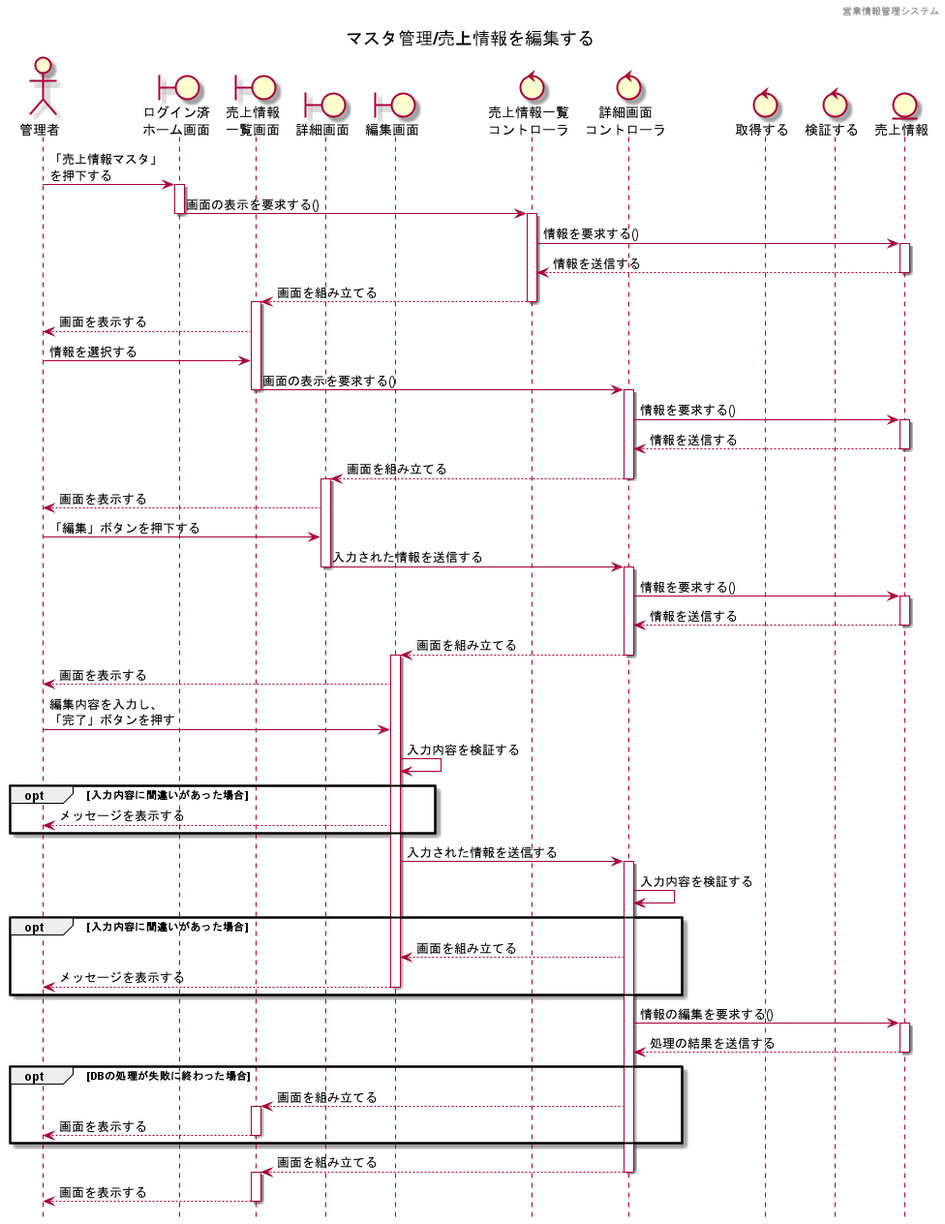
The PlantUML diagram 各種設計書/4シーケンス図/images/売上情報マスタ/売上情報管理_編集.png in HaruShim/Sotuken, before a commit.
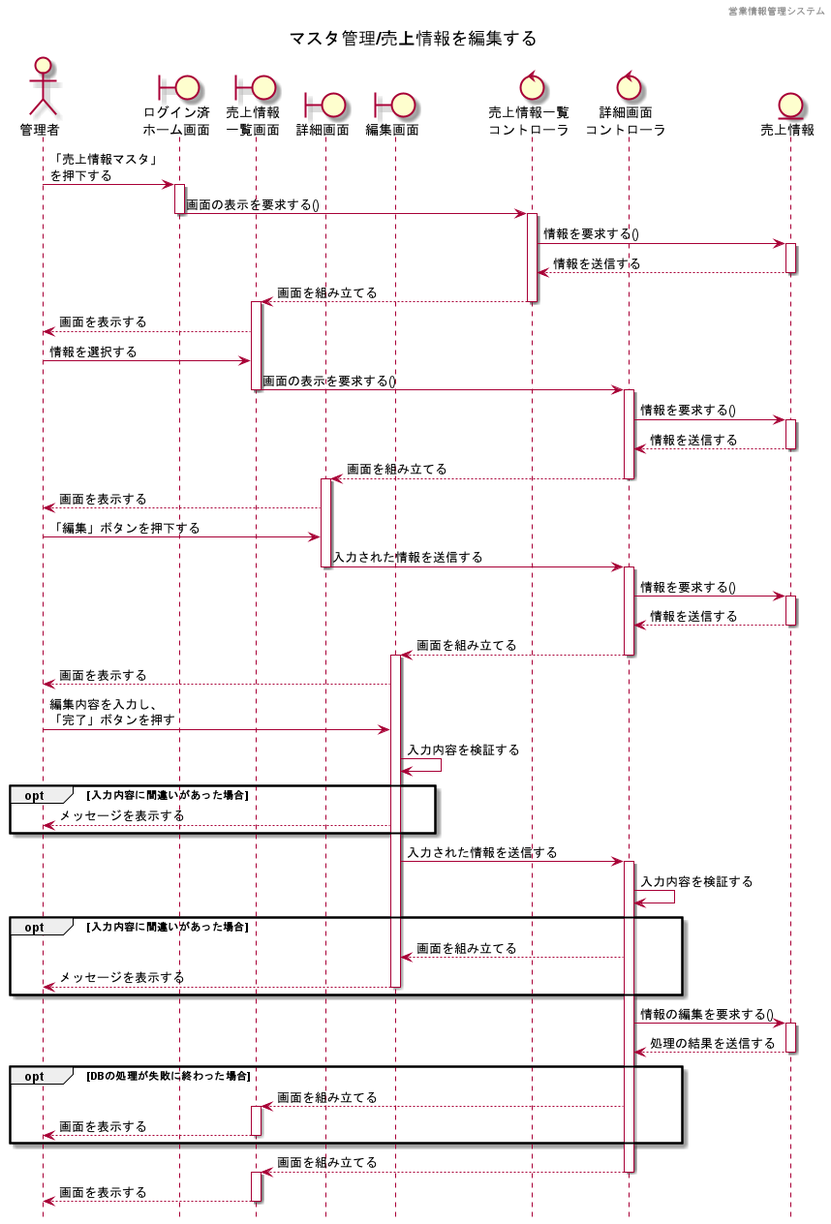
Later version of the same file.

The edit, as a diff of the source:
```diff
@@ -13,8 +13,6 @@
 
 control "売上情報一覧\nコントローラ" as c1
 control "詳細画面\nコントローラ" as c2
-control "取得する" as c3
-control "検証する" as c4
 
 entity "売上情報" as e1
 
```
